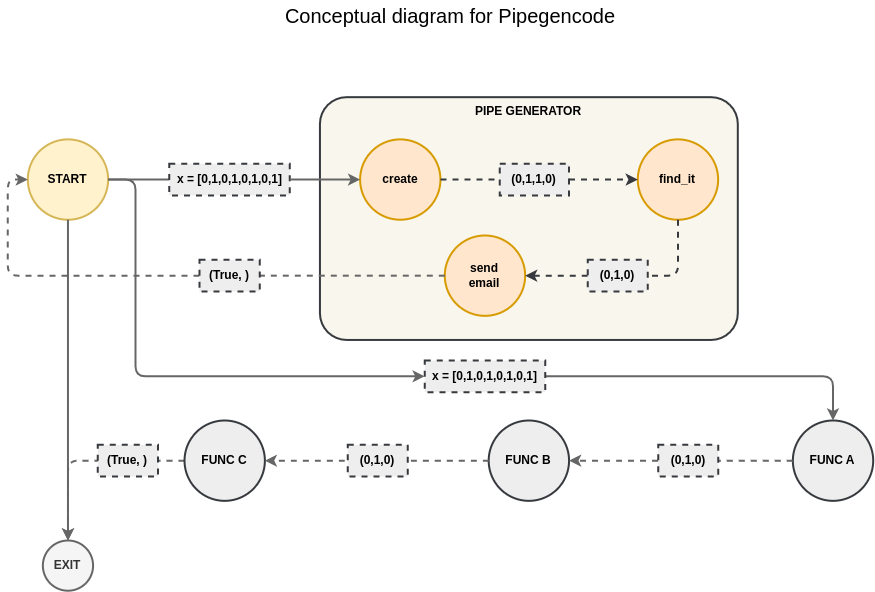
The draw.io diagram images/pipegencode.png in rodrigmars/pipegencode, before a commit. Source tidied: cells renumbered, new cells last; positions are measured from the earlier drawing's top-left corner, leaving out a move shared by most shapes.
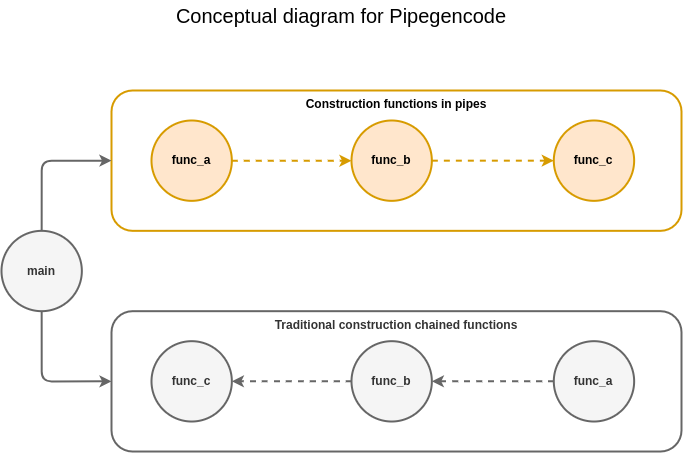
The same file after the commit.

Diff of the diagram source:
```diff
@@ -5,109 +5,53 @@
     <mxCell id="2" value="&lt;font style=&quot;font-size: 20px;&quot;&gt;Conceptual diagram for Pipegencode&lt;/font&gt;" style="text;html=1;strokeColor=none;fillColor=none;align=center;verticalAlign=middle;whiteSpace=wrap;rounded=0;fontStyle=0;" parent="1" vertex="1">
       <mxGeometry x="193" width="460" height="30" as="geometry" />
     </mxCell>
-    <mxCell id="3" style="group;" parent="1" vertex="1">
-      <mxGeometry x="0.3" y="96.7" width="845.4" height="493.5" as="geometry" />
-    </mxCell>
-    <mxCell id="4" value="&lt;b&gt;PIPE GENERATOR&lt;/b&gt;" style="rounded=1;whiteSpace=wrap;html=1;flipH=1;flipV=1;verticalAlign=top;arcSize=11;strokeWidth=2;fillColor=#f9f7ed;strokeColor=#36393d;" parent="3" vertex="1">
-      <mxGeometry x="292.1" width="417.9" height="242.8" as="geometry" />
-    </mxCell>
+    <mxCell id="36" style="group;" parent="1" vertex="1">
+      <mxGeometry x="83" y="90" width="680" height="361" as="geometry" />
+    </mxCell>
+    <mxCell id="37" value="Traditional construction chained functions" style="rounded=1;whiteSpace=wrap;html=1;fontColor=#333333;verticalAlign=top;fontStyle=1;strokeWidth=2;fillColor=none;strokeColor=#666666;" parent="36" vertex="1">
+      <mxGeometry x="110" y="220.7" width="570" height="140.3" as="geometry" />
+    </mxCell>
+    <mxCell id="38" value="Construction functions in pipes" style="rounded=1;whiteSpace=wrap;html=1;verticalAlign=top;fontStyle=1;fillColor=none;strokeColor=#d79b00;strokeWidth=2;" parent="36" vertex="1">
+      <mxGeometry x="110" width="570" height="140.3" as="geometry" />
+    </mxCell>
+    <mxCell id="39" style="edgeStyle=orthogonalEdgeStyle;rounded=1;jettySize=auto;html=1;exitX=0.5;exitY=0;exitDx=0;exitDy=0;entryX=0;entryY=0.5;entryDx=0;entryDy=0;strokeWidth=2;fontColor=#333333;fillColor=#f5f5f5;strokeColor=#666666;" parent="36" edge="1" source="5" target="38">
+      <mxGeometry relative="1" as="geometry" />
+    </mxCell>
+    <mxCell id="40" style="edgeStyle=orthogonalEdgeStyle;rounded=1;jettySize=auto;html=1;exitX=0.5;exitY=1;exitDx=0;exitDy=0;entryX=0;entryY=0.5;entryDx=0;entryDy=0;strokeWidth=2;fontColor=#333333;fillColor=#f5f5f5;strokeColor=#666666;" parent="36" edge="1" source="5" target="37">
+      <mxGeometry relative="1" as="geometry" />
+    </mxCell>
-    <mxCell id="5" value="START" style="ellipse;whiteSpace=wrap;html=1;fillColor=#fff2cc;strokeColor=#d6b656;strokeWidth=2;fontStyle=1;" parent="3" vertex="1">
-      <mxGeometry y="42.2" width="80.3" height="80.3" as="geometry" />
+    <mxCell id="5" value="main" style="ellipse;whiteSpace=wrap;html=1;fillColor=#f5f5f5;strokeColor=#666666;strokeWidth=2;fontStyle=1;fontColor=#333333;" parent="36" vertex="1">
+      <mxGeometry y="140.3" width="80.3" height="80.3" as="geometry" />
     </mxCell>
-    <mxCell id="6" value="create" style="ellipse;whiteSpace=wrap;html=1;flipH=1;flipV=1;fillColor=#ffe6cc;strokeColor=#d79b00;strokeWidth=2;fontStyle=1;" parent="3" vertex="1">
-      <mxGeometry x="332.3" y="42.2" width="80.3" height="80.3" as="geometry" />
+    <mxCell id="6" value="func_a" style="ellipse;whiteSpace=wrap;html=1;flipH=1;flipV=1;fillColor=#ffe6cc;strokeColor=#d79b00;strokeWidth=2;fontStyle=1;" parent="36" vertex="1">
+      <mxGeometry x="150" y="30" width="80.3" height="80.3" as="geometry" />
     </mxCell>
-    <mxCell id="7" value="&lt;b&gt;find_it&lt;/b&gt;" style="ellipse;whiteSpace=wrap;html=1;flipH=1;flipV=1;fillColor=#ffe6cc;strokeColor=#d79b00;strokeWidth=2;" parent="3" vertex="1">
-      <mxGeometry x="610" y="42.2" width="80.3" height="80.3" as="geometry" />
+    <mxCell id="7" value="&lt;b&gt;func_b&lt;/b&gt;" style="ellipse;whiteSpace=wrap;html=1;flipH=1;flipV=1;fillColor=#ffe6cc;strokeColor=#d79b00;strokeWidth=2;" parent="36" vertex="1">
+      <mxGeometry x="350" y="30" width="80.3" height="80.3" as="geometry" />
     </mxCell>
-    <mxCell id="8" style="edgeStyle=orthogonalEdgeStyle;rounded=1;jettySize=auto;html=1;exitX=1;exitY=0.5;exitDx=0;exitDy=0;entryX=0;entryY=0.5;entryDx=0;entryDy=0;dashed=1;fillColor=#eeeeee;strokeColor=#36393d;strokeWidth=2;startArrow=none;" parent="3" edge="1" source="32" target="7">
-      <mxGeometry relative="1" as="geometry" />
-    </mxCell>
-    <mxCell id="9" style="edgeStyle=orthogonalEdgeStyle;rounded=1;jettySize=auto;html=1;exitX=0;exitY=0.5;exitDx=0;exitDy=0;entryX=0;entryY=0.5;entryDx=0;entryDy=0;startArrow=none;strokeColor=#666666;fillColor=#f5f5f5;strokeWidth=2;dashed=1;" parent="3" edge="1" source="17" target="5">
-      <mxGeometry relative="1" as="geometry" />
-    </mxCell>
+    <mxCell id="41" style="edgeStyle=orthogonalEdgeStyle;rounded=1;jettySize=auto;html=1;exitX=1;exitY=0.5;exitDx=0;exitDy=0;dashed=1;strokeWidth=2;fontColor=#333333;fillColor=#ffe6cc;strokeColor=#d79b00;" parent="36" edge="1" source="6" target="7">
+      <mxGeometry relative="1" as="geometry" />
+    </mxCell>
-    <mxCell id="10" value="send&lt;br&gt;email" style="ellipse;whiteSpace=wrap;html=1;flipH=1;flipV=1;fillColor=#ffe6cc;strokeColor=#d79b00;strokeWidth=2;fontStyle=1;" parent="3" vertex="1">
-      <mxGeometry x="417" y="138.3" width="80.3" height="80.3" as="geometry" />
+    <mxCell id="10" value="func_c" style="ellipse;whiteSpace=wrap;html=1;flipH=1;flipV=1;fillColor=#ffe6cc;strokeColor=#d79b00;strokeWidth=2;fontStyle=1;" parent="36" vertex="1">
+      <mxGeometry x="552.3" y="30" width="80.3" height="80.3" as="geometry" />
     </mxCell>
-    <mxCell id="11" style="edgeStyle=orthogonalEdgeStyle;rounded=1;jettySize=auto;html=1;exitX=0;exitY=0.5;exitDx=0;exitDy=0;entryX=1;entryY=0.5;entryDx=0;entryDy=0;dashed=1;fillColor=#eeeeee;strokeColor=#36393d;strokeWidth=2;startArrow=none;" parent="3" edge="1" source="30" target="10">
-      <mxGeometry relative="1" as="geometry" />
-    </mxCell>
-    <mxCell id="12" value="EXIT" style="ellipse;whiteSpace=wrap;html=1;fillColor=#f5f5f5;fontColor=#333333;strokeColor=#666666;strokeWidth=2;fontStyle=1;" parent="3" vertex="1">
-      <mxGeometry x="15.1" y="443.3" width="50.2" height="50.2" as="geometry" />
-    </mxCell>
-    <mxCell id="13" style="edgeStyle=orthogonalEdgeStyle;rounded=1;jettySize=auto;html=1;exitX=0.5;exitY=1;exitDx=0;exitDy=0;entryX=0.5;entryY=0;entryDx=0;entryDy=0;strokeColor=#666666;strokeWidth=2;fillColor=#f5f5f5;" parent="3" edge="1" source="5" target="12">
-      <mxGeometry relative="1" as="geometry" />
-    </mxCell>
-    <mxCell id="14" style="edgeStyle=orthogonalEdgeStyle;rounded=1;jettySize=auto;html=1;entryX=0;entryY=0.5;entryDx=0;entryDy=0;endArrow=none;strokeColor=#666666;fillColor=#f5f5f5;strokeWidth=2;" parent="3" edge="1" source="5" target="15">
-      <mxGeometry relative="1" as="geometry" />
-    </mxCell>
-    <mxCell id="15" value="&lt;b&gt;x = [0,1,0,1,0,1,0,1]&lt;/b&gt;" style="rounded=0;whiteSpace=wrap;html=1;dashed=1;strokeWidth=2;fillColor=#eeeeee;strokeColor=#36393d;" parent="3" vertex="1">
-      <mxGeometry x="141.5" y="66.6" width="120.5" height="31.7" as="geometry" />
-    </mxCell>
-    <mxCell id="16" style="edgeStyle=orthogonalEdgeStyle;rounded=1;jettySize=auto;html=1;exitX=0;exitY=0.5;exitDx=0;exitDy=0;entryX=1;entryY=0.5;entryDx=0;entryDy=0;endArrow=none;strokeColor=#666666;fillColor=#f5f5f5;strokeWidth=2;dashed=1;" parent="3" edge="1" source="10" target="17">
-      <mxGeometry relative="1" as="geometry" />
-    </mxCell>
-    <mxCell id="17" value="&lt;b&gt;(True, )&lt;/b&gt;" style="rounded=0;whiteSpace=wrap;html=1;dashed=1;strokeWidth=2;fillColor=#eeeeee;strokeColor=#36393d;" parent="3" vertex="1">
-      <mxGeometry x="171.6" y="162.7" width="60.3" height="31.7" as="geometry" />
-    </mxCell>
-    <mxCell id="18" style="edgeStyle=orthogonalEdgeStyle;rounded=1;jettySize=auto;html=1;entryX=0;entryY=0.5;entryDx=0;entryDy=0;startArrow=none;strokeColor=#666666;fillColor=#f5f5f5;strokeWidth=2;" parent="3" edge="1" source="15" target="6">
-      <mxGeometry relative="1" as="geometry" />
-    </mxCell>
+    <mxCell id="42" style="edgeStyle=orthogonalEdgeStyle;rounded=1;jettySize=auto;html=1;exitX=1;exitY=0.5;exitDx=0;exitDy=0;entryX=0;entryY=0.5;entryDx=0;entryDy=0;strokeWidth=2;fontColor=#333333;dashed=1;fillColor=#ffe6cc;strokeColor=#d79b00;" parent="36" edge="1" source="7" target="10">
+      <mxGeometry relative="1" as="geometry" />
+    </mxCell>
-    <mxCell id="19" value="FUNC B" style="ellipse;whiteSpace=wrap;html=1;flipH=1;flipV=1;fillColor=#eeeeee;strokeColor=#36393d;strokeWidth=2;fontStyle=1;" parent="3" vertex="1">
-      <mxGeometry x="460.9" y="323.3" width="80.3" height="80.3" as="geometry" />
+    <mxCell id="19" value="func_b" style="ellipse;whiteSpace=wrap;html=1;flipH=1;flipV=1;fillColor=#f5f5f5;strokeColor=#666666;strokeWidth=2;fontStyle=1;fontColor=#333333;" parent="36" vertex="1">
+      <mxGeometry x="350" y="250.7" width="80.3" height="80.3" as="geometry" />
     </mxCell>
-    <mxCell id="20" style="edgeStyle=orthogonalEdgeStyle;jettySize=auto;html=1;strokeColor=#666666;strokeWidth=2;fillColor=#f5f5f5;rounded=1;dashed=1;" parent="3" edge="1" source="21" target="12">
-      <mxGeometry relative="1" as="geometry" />
-    </mxCell>
-    <mxCell id="21" value="FUNC C" style="ellipse;whiteSpace=wrap;html=1;flipH=1;flipV=1;fillColor=#eeeeee;strokeColor=#36393d;strokeWidth=2;fontStyle=1;" parent="3" vertex="1">
-      <mxGeometry x="156.7" y="323.3" width="80.3" height="80.3" as="geometry" />
+    <mxCell id="21" value="func_c" style="ellipse;whiteSpace=wrap;html=1;flipH=1;flipV=1;fillColor=#f5f5f5;strokeColor=#666666;strokeWidth=2;fontStyle=1;fontColor=#333333;" parent="36" vertex="1">
+      <mxGeometry x="150" y="250.7" width="80.3" height="80.3" as="geometry" />
     </mxCell>
-    <mxCell id="22" style="edgeStyle=orthogonalEdgeStyle;curved=1;jettySize=auto;html=1;strokeColor=#666666;strokeWidth=2;fillColor=#f5f5f5;dashed=1;" parent="3" edge="1" source="19" target="21">
+    <mxCell id="22" style="edgeStyle=orthogonalEdgeStyle;curved=1;jettySize=auto;html=1;strokeColor=#666666;strokeWidth=2;fillColor=#f5f5f5;dashed=1;" parent="36" edge="1" source="19" target="21">
       <mxGeometry relative="1" as="geometry" />
     </mxCell>
-    <mxCell id="23" style="edgeStyle=orthogonalEdgeStyle;curved=1;jettySize=auto;html=1;entryX=1;entryY=0.5;entryDx=0;entryDy=0;strokeColor=#666666;strokeWidth=2;fillColor=#f5f5f5;dashed=1;startArrow=none;" parent="3" edge="1" source="28" target="19">
+    <mxCell id="23" style="edgeStyle=orthogonalEdgeStyle;curved=1;jettySize=auto;html=1;entryX=1;entryY=0.5;entryDx=0;entryDy=0;strokeColor=#666666;strokeWidth=2;fillColor=#f5f5f5;dashed=1;startArrow=none;exitX=0;exitY=0.5;exitDx=0;exitDy=0;" parent="36" edge="1" source="24" target="19">
       <mxGeometry relative="1" as="geometry" />
     </mxCell>
-    <mxCell id="24" value="FUNC A" style="ellipse;whiteSpace=wrap;html=1;flipH=1;flipV=1;fillColor=#eeeeee;strokeColor=#36393d;strokeWidth=2;fontStyle=1;" parent="3" vertex="1">
-      <mxGeometry x="765.1" y="323.3" width="80.3" height="80.3" as="geometry" />
+    <mxCell id="24" value="func_a" style="ellipse;whiteSpace=wrap;html=1;flipH=1;flipV=1;fillColor=#f5f5f5;strokeColor=#666666;strokeWidth=2;fontStyle=1;fontColor=#333333;" parent="36" vertex="1">
+      <mxGeometry x="552.3" y="250.7" width="80.3" height="80.3" as="geometry" />
     </mxCell>
-    <mxCell id="25" value="&lt;b&gt;(0,1,0)&lt;/b&gt;" style="rounded=0;whiteSpace=wrap;html=1;dashed=1;strokeWidth=2;fillColor=#eeeeee;strokeColor=#36393d;" parent="3" vertex="1">
-      <mxGeometry x="320" y="347.7" width="60" height="31.7" as="geometry" />
-    </mxCell>
-    <mxCell id="26" value="&lt;b&gt;(True, )&lt;/b&gt;" style="rounded=0;whiteSpace=wrap;html=1;dashed=1;strokeWidth=2;fillColor=#eeeeee;strokeColor=#36393d;" parent="3" vertex="1">
-      <mxGeometry x="70" y="347.7" width="60.3" height="31.7" as="geometry" />
-    </mxCell>
-    <mxCell id="27" style="edgeStyle=orthogonalEdgeStyle;curved=1;jettySize=auto;html=1;entryX=1;entryY=0.5;entryDx=0;entryDy=0;strokeColor=#666666;strokeWidth=2;fillColor=#f5f5f5;dashed=1;endArrow=none;" parent="3" edge="1" source="24" target="28">
-      <mxGeometry relative="1" as="geometry" />
-    </mxCell>
-    <mxCell id="28" value="&lt;b&gt;(0,1,0)&lt;/b&gt;" style="rounded=0;whiteSpace=wrap;html=1;dashed=1;strokeWidth=2;fillColor=#eeeeee;strokeColor=#36393d;" parent="3" vertex="1">
-      <mxGeometry x="630.3" y="347.7" width="60" height="31.7" as="geometry" />
-    </mxCell>
-    <mxCell id="29" style="edgeStyle=orthogonalEdgeStyle;rounded=1;jettySize=auto;html=1;exitX=0.5;exitY=1;exitDx=0;exitDy=0;entryX=1;entryY=0.5;entryDx=0;entryDy=0;dashed=1;fillColor=#eeeeee;strokeColor=#36393d;strokeWidth=2;endArrow=none;" parent="3" edge="1" source="7" target="30">
-      <mxGeometry relative="1" as="geometry" />
-    </mxCell>
-    <mxCell id="30" value="&lt;b&gt;(0,1,0)&lt;/b&gt;" style="rounded=0;whiteSpace=wrap;html=1;dashed=1;strokeWidth=2;fillColor=#eeeeee;strokeColor=#36393d;" parent="3" vertex="1">
-      <mxGeometry x="560" y="162.7" width="60" height="31.7" as="geometry" />
-    </mxCell>
-    <mxCell id="31" style="edgeStyle=orthogonalEdgeStyle;rounded=1;jettySize=auto;html=1;exitX=1;exitY=0.5;exitDx=0;exitDy=0;entryX=0;entryY=0.5;entryDx=0;entryDy=0;dashed=1;fillColor=#eeeeee;strokeColor=#36393d;strokeWidth=2;endArrow=none;" parent="3" edge="1" source="6" target="32">
-      <mxGeometry relative="1" as="geometry" />
-    </mxCell>
-    <mxCell id="32" value="&lt;b&gt;(0,1,1,0)&lt;/b&gt;" style="rounded=0;whiteSpace=wrap;html=1;dashed=1;strokeWidth=2;fillColor=#eeeeee;strokeColor=#36393d;" parent="3" vertex="1">
-      <mxGeometry x="472.1" y="66.6" width="69.2" height="31.7" as="geometry" />
-    </mxCell>
-    <mxCell id="33" style="edgeStyle=orthogonalEdgeStyle;rounded=1;jettySize=auto;html=1;exitX=1;exitY=0.5;exitDx=0;exitDy=0;entryX=0.5;entryY=0;entryDx=0;entryDy=0;strokeColor=#666666;strokeWidth=2;fontSize=20;fillColor=#f5f5f5;" parent="3" edge="1" source="34" target="24">
-      <mxGeometry relative="1" as="geometry" />
-    </mxCell>
-    <mxCell id="34" value="&lt;b&gt;x = [0,1,0,1,0,1,0,1]&lt;/b&gt;" style="rounded=0;whiteSpace=wrap;html=1;dashed=1;strokeWidth=2;fillColor=#eeeeee;strokeColor=#36393d;" parent="3" vertex="1">
-      <mxGeometry x="396.9" y="263.3" width="120.5" height="31.7" as="geometry" />
-    </mxCell>
-    <mxCell id="35" style="edgeStyle=orthogonalEdgeStyle;rounded=1;jettySize=auto;html=1;exitX=1;exitY=0.5;exitDx=0;exitDy=0;entryX=0;entryY=0.5;entryDx=0;entryDy=0;strokeColor=#666666;strokeWidth=2;fontSize=20;fillColor=#f5f5f5;" parent="3" edge="1" source="5" target="34">
-      <mxGeometry relative="1" as="geometry">
-        <Array as="points">
-          <mxPoint x="107.7" y="82.3" />
-          <mxPoint x="107.7" y="279.3" />
-        </Array>
-      </mxGeometry>
-    </mxCell>
   </root>
 </mxGraphModel>
```
